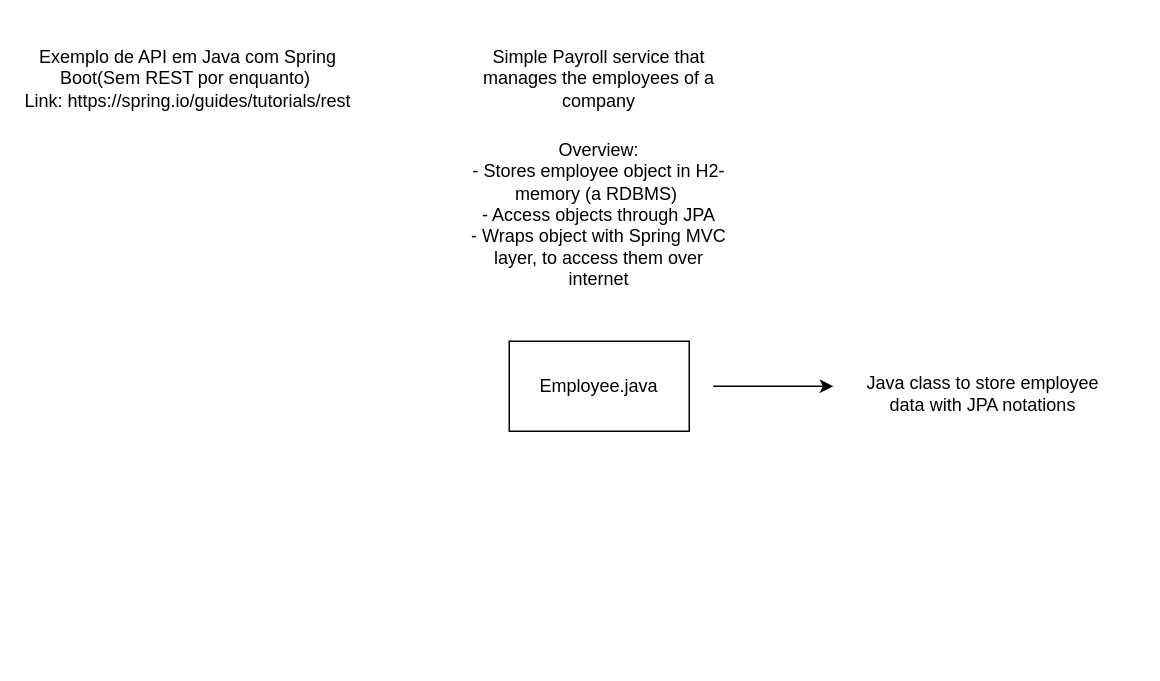
Above: Diagrama sem nome.drawio in concertmaster40/Projeto-Transdisciplinar-BCC (draw.io), before the change. Source tidied: cells renumbered, new cells numbered last; positions are measured from the earlier drawing's top-left corner, leaving out a move shared by most shapes. Both pictures are drawn from the tidied source at 150%, with x=0, y=0 at pixel (52, 26).
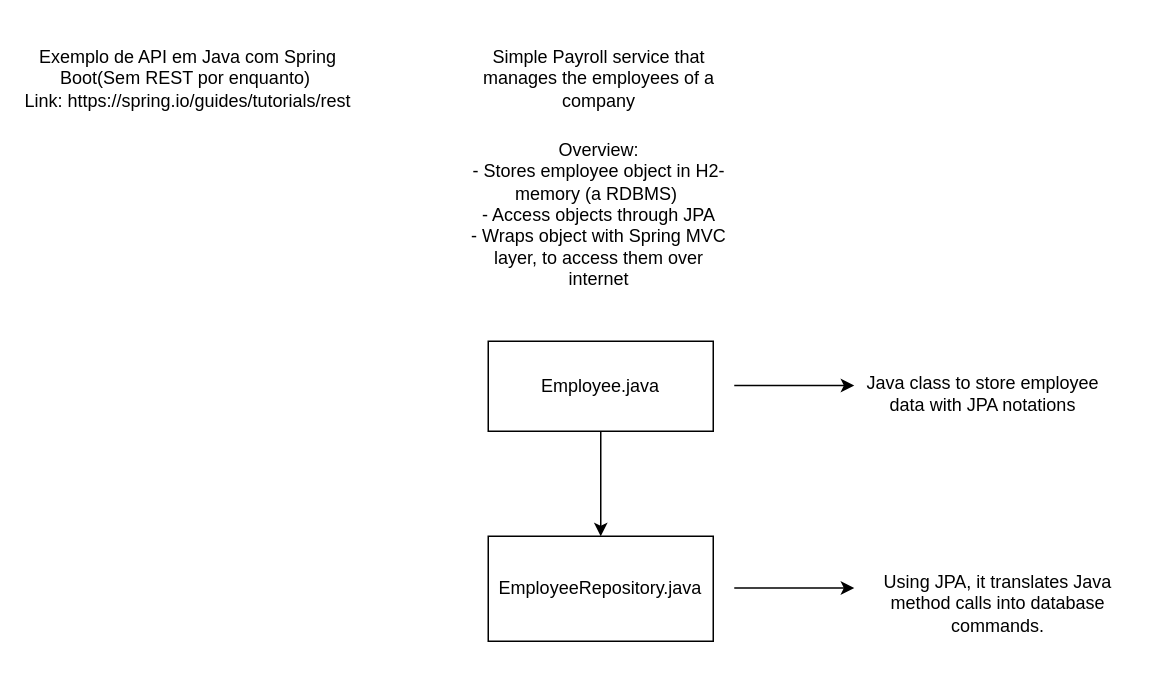
The same page after the edit.

The edit, as a diff of the source:
```diff
@@
 <mxGraphModel>
   <root>
     <mxCell id="0" />
     <mxCell id="1" parent="0" />
     <mxCell id="2" value="Exemplo de API em Java com Spring Boot(Sem REST por enquanto)&amp;nbsp;&lt;div&gt;Link:&amp;nbsp;https://spring.io/guides/tutorials/rest&lt;/div&gt;" style="text;html=1;whiteSpace=wrap;strokeColor=none;fillColor=none;align=center;verticalAlign=middle;rounded=0;" parent="1" vertex="1">
       <mxGeometry width="180" height="70" as="geometry" />
     </mxCell>
     <mxCell id="3" value="Simple Payroll service that manages the employees of a company" style="text;html=1;whiteSpace=wrap;strokeColor=none;fillColor=none;align=center;verticalAlign=middle;rounded=0;" parent="1" vertex="1">
       <mxGeometry x="274" width="180" height="70" as="geometry" />
     </mxCell>
     <mxCell id="4" value="Employee.java" style="rounded=0;whiteSpace=wrap;html=1;" parent="1" vertex="1">
-      <mxGeometry x="304" y="210" width="120" height="60" as="geometry" />
+      <mxGeometry x="290" y="210" width="150" height="60" as="geometry" />
     </mxCell>
     <mxCell id="5" style="endArrow=classic;html=1;rounded=0;" parent="1" edge="1">
       <mxGeometry relative="1" as="geometry">
-        <mxPoint x="440" y="240" as="sourcePoint" />
-        <mxPoint x="520" y="240" as="targetPoint" />
+        <mxPoint x="454" y="239.5" as="sourcePoint" />
+        <mxPoint x="534" y="239.5" as="targetPoint" />
       </mxGeometry>
     </mxCell>
     <mxCell id="6" value="Overview:&lt;div&gt;- Stores employee object in H2-memory (a RDBMS)&amp;nbsp;&lt;div&gt;- Access objects through JPA&lt;/div&gt;&lt;div&gt;- Wraps object with Spring MVC layer, to access them over internet&lt;br&gt;&lt;div&gt;&lt;span style=&quot;color: rgba(0, 0, 0, 0); font-family: monospace; font-size: 0px; text-align: start; white-space: nowrap;&quot;&gt;- S%3CmxGraphModel%3E%3Croot%3E%3CmxCell%20id%3D%220%22%2F%3E%3CmxCell%20id%3D%221%22%20parent%3D%220%22%2F%3E%3CmxCell%20id%3D%222%22%20parent%3D%221%22%20style%3D%22text%3Bhtml%3D1%3BwhiteSpace%3Dwrap%3BstrokeColor%3Dnone%3BfillColor%3Dnone%3Balign%3Dcenter%3BverticalAlign%3Dmiddle%3Brounded%3D0%3B%22%20value%3D%22Simple%20Payroll%20service%20that%20manages%20the%20employees%20of%20a%20company%22%20vertex%3D%221%22%3E%3CmxGeometry%20height%3D%2270%22%20width%3D%22180%22%20x%3D%22324%22%20y%3D%2280%22%20as%3D%22geometry%22%2F%3E%3C%2FmxCell%3E%3C%2Froot%3E%3C%2FmxGraphModel%3&lt;/span&gt;&lt;div&gt;&lt;span style=&quot;color: rgba(0, 0, 0, 0); font-family: monospace; font-size: 0px; text-align: start; white-space: nowrap;&quot;&gt;- E&lt;/span&gt;&lt;/div&gt;&lt;/div&gt;&lt;/div&gt;&lt;/div&gt;" style="text;html=1;whiteSpace=wrap;strokeColor=none;fillColor=none;align=center;verticalAlign=middle;rounded=0;" parent="1" vertex="1">
       <mxGeometry x="274" y="105" width="180" height="70" as="geometry" />
     </mxCell>
     <mxCell id="7" value="Java class to store employee data with JPA notations" style="text;html=1;whiteSpace=wrap;strokeColor=none;fillColor=none;align=center;verticalAlign=middle;rounded=0;" parent="1" vertex="1">
       <mxGeometry x="530" y="210" width="180" height="70" as="geometry" />
     </mxCell>
+    <mxCell id="8" value="Using JPA, it translates Java method calls into database commands." style="text;html=1;whiteSpace=wrap;strokeColor=none;fillColor=none;align=center;verticalAlign=middle;rounded=0;" parent="1" vertex="1">
+      <mxGeometry x="540" y="350" width="180" height="70" as="geometry" />
+    </mxCell>
+    <mxCell id="9" value="EmployeeRepository&lt;span style=&quot;background-color: transparent; color: light-dark(rgb(0, 0, 0), rgb(255, 255, 255));&quot;&gt;.java&lt;/span&gt;" style="rounded=0;whiteSpace=wrap;html=1;" parent="1" vertex="1">
+      <mxGeometry x="290" y="340" width="150" height="70" as="geometry" />
+    </mxCell>
+    <mxCell id="10" style="endArrow=classic;html=1;rounded=0;exitX=0.5;exitY=1;exitDx=0;exitDy=0;entryX=0.5;entryY=0;entryDx=0;entryDy=0;" parent="1" edge="1" source="4" target="9">
+      <mxGeometry relative="1" as="geometry" />
+    </mxCell>
+    <mxCell id="11" style="endArrow=classic;html=1;rounded=0;" parent="1" edge="1">
+      <mxGeometry relative="1" as="geometry">
+        <mxPoint x="454" y="374.5" as="sourcePoint" />
+        <mxPoint x="534" y="374.5" as="targetPoint" />
+      </mxGeometry>
+    </mxCell>
   </root>
 </mxGraphModel>
```
